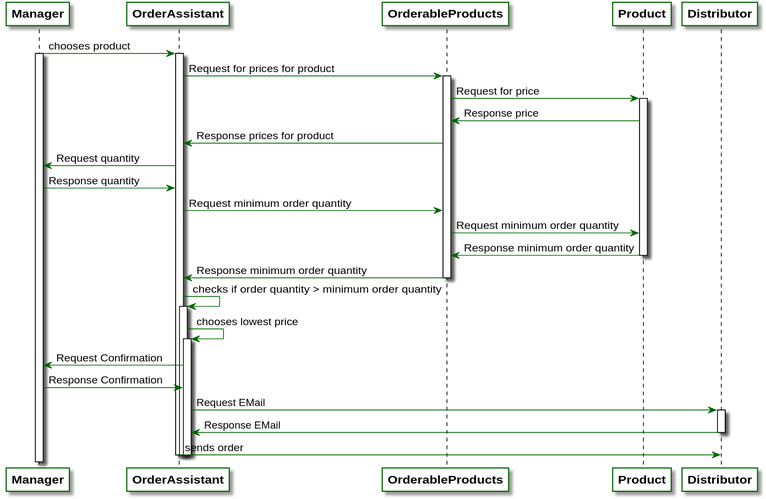
Earlier version of the PlantUML export src/main/asciidoc/models/analysis/SequenceDiagrams/SequenceDiagram3.svg (LimitlessGreen/swt18w43).
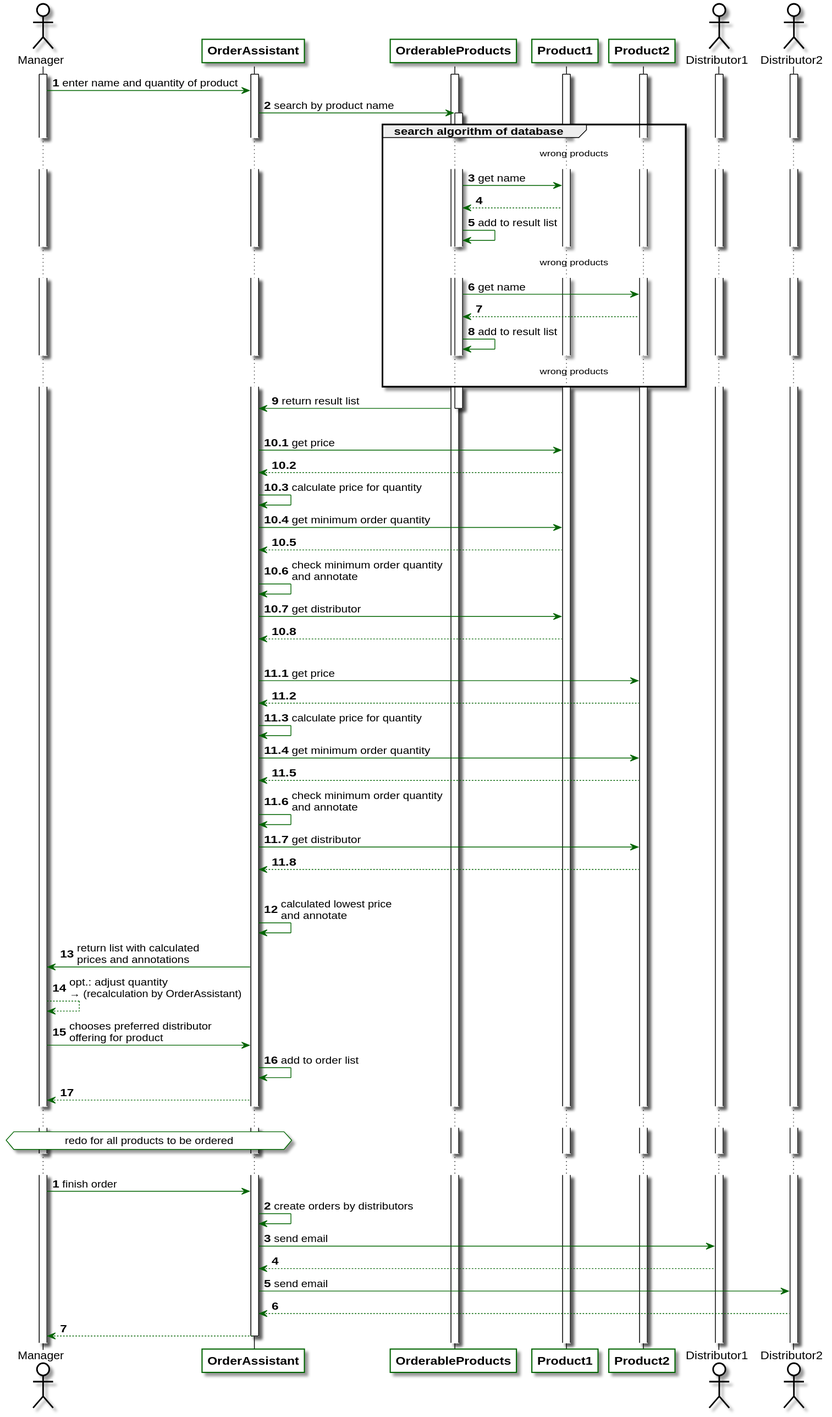
Above is the later version.

Change to the diagram source:
```diff
@@ -17,38 +17,106 @@
     LifeLineBorderColor black
 }
 
-Manager -> OrderAssistant: chooses product
+skinparam note{
+    BorderColor darkgreen
+    BackgroundColor white
+}
+
+skinparam Actor{
+    BorderColor black
+    BackgroundColor white
+}
+
+autonumber
+
+actor Manager
+participant OrderAssistant
+participant OrderableProducts
+participant Product1
+participant Product2
+actor Distributor1
+actor Distributor2
+
+
 activate Manager
+activate OrderableProducts
+activate Product1
+activate Product2
+activate Distributor1
+activate Distributor2
 activate OrderAssistant
-OrderAssistant -> OrderableProducts: Request for prices for product
+
+
+
+
+Manager -> OrderAssistant: enter name and quantity of product
+OrderAssistant -> OrderableProducts: search by product name
 activate OrderableProducts
-OrderableProducts -> Product: Request for price
-activate Product
-OrderableProducts <- Product: Response price
-OrderAssistant <- OrderableProducts: Response prices for product
+group search algorithm of database
+    ...                                                                                                     wrong products...
+    OrderableProducts -> Product1: get name
+    OrderableProducts <-- Product1
+    OrderableProducts -> OrderableProducts: add to result list
+    ...                                                                                                     wrong products...
+    OrderableProducts -> Product2: get name
+    OrderableProducts <-- Product2
+    OrderableProducts -> OrderableProducts: add to result list
+    ...                                                                                                     wrong products...
+end
+OrderAssistant <- OrderableProducts: return result list
+deactivate OrderableProducts
+|||
 
-Manager <- OrderAssistant: Request quantity
-Manager -> OrderAssistant: Response quantity
-OrderAssistant -> OrderableProducts: Request minimum order quantity
-OrderableProducts -> Product: Request minimum order quantity
-Product -> OrderableProducts: Response minimum order quantity
-deactivate Product
-OrderableProducts -> OrderAssistant: Response minimum order quantity
-deactivate OrderableProducts
+autonumber 10.1
 
-OrderAssistant -> OrderAssistant: checks if order quantity > minimum order quantity
-activate OrderAssistant
-OrderAssistant -> OrderAssistant: chooses lowest price
-activate OrderAssistant
-Manager <- OrderAssistant: Request Confirmation
-Manager -> OrderAssistant: Response Confirmation
-OrderAssistant -> Distributor: Request EMail
-activate Distributor
-OrderAssistant <- Distributor: Response EMail
-deactivate Distributor
-OrderAssistant -> Distributor: sends order
-deactivate OrderAssistant
-deactivate OrderAssistant
+    OrderAssistant -> Product1: get price
+    OrderAssistant <-- Product1
+    OrderAssistant -> OrderAssistant: calculate price for quantity
+    OrderAssistant -> Product1: get minimum order quantity
+    OrderAssistant <-- Product1
+    OrderAssistant -> OrderAssistant: check minimum order quantity \nand annotate
+    OrderAssistant -> Product1: get distributor
+    OrderAssistant <-- Product1
+|||
+autonumber 11.1
+
+    OrderAssistant -> Product2: get price
+    OrderAssistant <-- Product2
+    OrderAssistant -> OrderAssistant: calculate price for quantity
+    OrderAssistant -> Product2: get minimum order quantity
+    OrderAssistant <-- Product2
+    OrderAssistant -> OrderAssistant: check minimum order quantity \nand annotate
+    OrderAssistant -> Product2: get distributor
+    OrderAssistant <-- Product2
+
+|||
+
+autonumber 12
+
+OrderAssistant -> OrderAssistant: calculated lowest price \nand annotate
+
+OrderAssistant -> Manager: return list with calculated \nprices and annotations
+
+Manager --> Manager: opt.: adjust quantity \n→ (recalculation by OrderAssistant)
+
+Manager -> OrderAssistant: chooses preferred distributor \noffering for product
+OrderAssistant -> OrderAssistant: add to order list
+OrderAssistant --> Manager:
+
+...
+hnote over Manager, OrderAssistant: redo for all products to be ordered
+...
+
+autonumber
+
+Manager -> OrderAssistant: finish order
+OrderAssistant -> OrderAssistant: create orders by distributors
+OrderAssistant -> Distributor1: send email
+OrderAssistant <-- Distributor1
+OrderAssistant -> Distributor2: send email
+OrderAssistant <-- Distributor2
+Manager <-- OrderAssistant
+
 deactivate OrderAssistant
 
 @enduml
```
